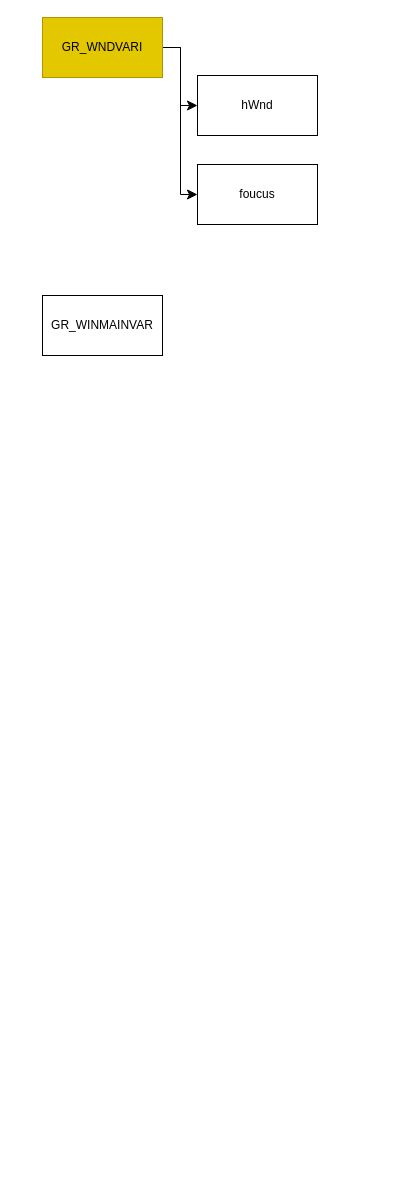
Before: page "main.h" (2 of 17) of GLPA/設計書.drawio in Tanso-mct/GLPA, a draw.io diagram. Source tidied: cells renumbered, new cells numbered last; positions are measured from the earlier drawing's top-left corner, leaving out a move shared by most shapes. Both pictures are drawn from the tidied source at 100%, with x=0, y=0 at pixel (42, 17).
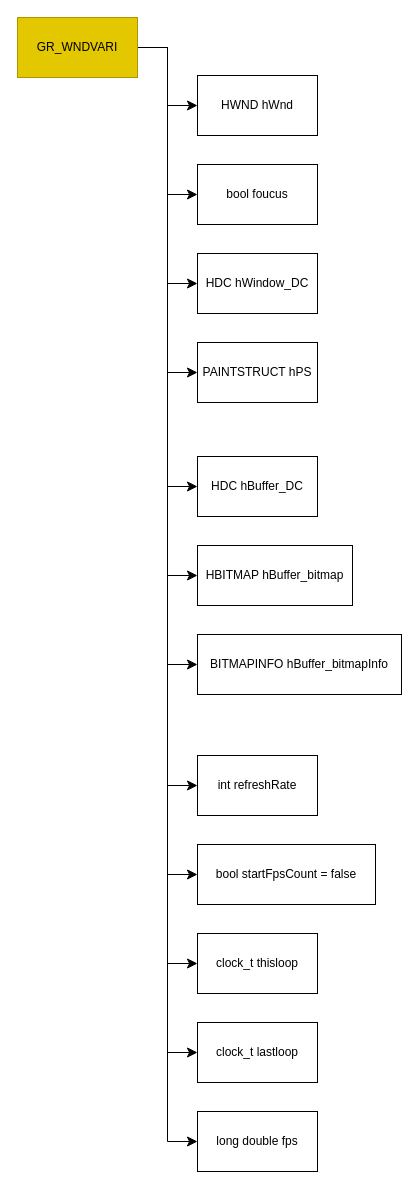
Above is the later version.

Diff of the diagram source:
```diff
@@
+    <mxCell id="8" style="edgeStyle=elbowEdgeStyle;shape=connector;curved=0;rounded=0;elbow=horizontal;html=1;entryX=0;entryY=0.5;entryDx=0;entryDy=0;labelBackgroundColor=default;strokeColor=default;fontFamily=Helvetica;fontSize=12;fontColor=default;endArrow=classic;startSize=8;endSize=8;" parent="1" edge="1" source="4" target="18">
+      <mxGeometry relative="1" as="geometry" />
+    </mxCell>
+    <mxCell id="9" style="edgeStyle=elbowEdgeStyle;shape=connector;curved=0;rounded=0;elbow=horizontal;html=1;labelBackgroundColor=default;strokeColor=default;fontFamily=Helvetica;fontSize=12;fontColor=default;endArrow=classic;startSize=8;endSize=8;" parent="1" edge="1" source="4" target="19">
+      <mxGeometry relative="1" as="geometry" />
+    </mxCell>
+    <mxCell id="10" style="edgeStyle=elbowEdgeStyle;shape=connector;curved=0;rounded=0;elbow=horizontal;html=1;labelBackgroundColor=default;strokeColor=default;fontFamily=Helvetica;fontSize=12;fontColor=default;endArrow=classic;startSize=8;endSize=8;" parent="1" edge="1" source="4" target="20">
+      <mxGeometry relative="1" as="geometry" />
+    </mxCell>
+    <mxCell id="11" style="edgeStyle=elbowEdgeStyle;shape=connector;curved=0;rounded=0;elbow=horizontal;html=1;entryX=0;entryY=0.5;entryDx=0;entryDy=0;labelBackgroundColor=default;strokeColor=default;fontFamily=Helvetica;fontSize=12;fontColor=default;endArrow=classic;startSize=8;endSize=8;" parent="1" edge="1" source="4" target="21">
+      <mxGeometry relative="1" as="geometry" />
+    </mxCell>
+    <mxCell id="12" style="edgeStyle=elbowEdgeStyle;shape=connector;curved=0;rounded=0;elbow=horizontal;html=1;labelBackgroundColor=default;strokeColor=default;fontFamily=Helvetica;fontSize=12;fontColor=default;endArrow=classic;startSize=8;endSize=8;" parent="1" edge="1" source="4" target="22">
+      <mxGeometry relative="1" as="geometry" />
+    </mxCell>
+    <mxCell id="13" style="edgeStyle=elbowEdgeStyle;shape=connector;curved=0;rounded=0;elbow=horizontal;html=1;labelBackgroundColor=default;strokeColor=default;fontFamily=Helvetica;fontSize=12;fontColor=default;endArrow=classic;startSize=8;endSize=8;" parent="1" edge="1" source="4" target="23">
+      <mxGeometry relative="1" as="geometry" />
+    </mxCell>
+    <mxCell id="14" style="edgeStyle=elbowEdgeStyle;shape=connector;curved=0;rounded=0;elbow=horizontal;html=1;entryX=0;entryY=0.5;entryDx=0;entryDy=0;labelBackgroundColor=default;strokeColor=default;fontFamily=Helvetica;fontSize=12;fontColor=default;endArrow=classic;startSize=8;endSize=8;" parent="1" edge="1" source="4" target="24">
+      <mxGeometry relative="1" as="geometry" />
+    </mxCell>
+    <mxCell id="15" style="edgeStyle=elbowEdgeStyle;shape=connector;curved=0;rounded=0;elbow=horizontal;html=1;entryX=0;entryY=0.5;entryDx=0;entryDy=0;labelBackgroundColor=default;strokeColor=default;fontFamily=Helvetica;fontSize=12;fontColor=default;endArrow=classic;startSize=8;endSize=8;" parent="1" edge="1" source="4" target="25">
+      <mxGeometry relative="1" as="geometry" />
+    </mxCell>
+    <mxCell id="16" style="edgeStyle=elbowEdgeStyle;shape=connector;curved=0;rounded=0;elbow=horizontal;html=1;entryX=0;entryY=0.5;entryDx=0;entryDy=0;labelBackgroundColor=default;strokeColor=default;fontFamily=Helvetica;fontSize=12;fontColor=default;endArrow=classic;startSize=8;endSize=8;" parent="1" edge="1" source="4" target="26">
+      <mxGeometry relative="1" as="geometry" />
+    </mxCell>
+    <mxCell id="17" style="edgeStyle=elbowEdgeStyle;shape=connector;curved=0;rounded=0;elbow=horizontal;html=1;labelBackgroundColor=default;strokeColor=default;fontFamily=Helvetica;fontSize=12;fontColor=default;endArrow=classic;startSize=8;endSize=8;" parent="1" edge="1" source="4" target="27">
+      <mxGeometry relative="1" as="geometry" />
+    </mxCell>
     <mxCell id="4" value="GR_WNDVARI" style="whiteSpace=wrap;html=1;fillColor=#e3c800;fontColor=#000000;strokeColor=#B09500;" parent="1" vertex="1">
-      <mxGeometry width="120" height="60" as="geometry" />
+      <mxGeometry x="-25" width="120" height="60" as="geometry" />
     </mxCell>
-    <mxCell id="5" value="hWnd" style="whiteSpace=wrap;html=1;" parent="1" vertex="1">
+    <mxCell id="5" value="HWND hWnd" style="whiteSpace=wrap;html=1;" parent="1" vertex="1">
       <mxGeometry x="155" y="58" width="120" height="60" as="geometry" />
     </mxCell>
-    <mxCell id="6" value="foucus" style="whiteSpace=wrap;html=1;labelBackgroundColor=default;strokeColor=default;strokeWidth=1;fontFamily=Helvetica;fontSize=12;fontColor=default;fillColor=none;" parent="1" vertex="1">
+    <mxCell id="6" value="bool foucus" style="whiteSpace=wrap;html=1;labelBackgroundColor=default;strokeColor=default;strokeWidth=1;fontFamily=Helvetica;fontSize=12;fontColor=default;fillColor=none;" parent="1" vertex="1">
       <mxGeometry x="155" y="147" width="120" height="60" as="geometry" />
     </mxCell>
-    <mxCell id="7" value="GR_WINMAINVAR" style="whiteSpace=wrap;html=1;labelBackgroundColor=default;strokeColor=default;strokeWidth=1;fontFamily=Helvetica;fontSize=12;fontColor=default;fillColor=none;" parent="1" vertex="1">
-      <mxGeometry y="278" width="120" height="60" as="geometry" />
-    </mxCell>
+    <mxCell id="18" value="HDC hWindow_DC" style="whiteSpace=wrap;html=1;" parent="1" vertex="1">
+      <mxGeometry x="155" y="236" width="120" height="60" as="geometry" />
+    </mxCell>
+    <mxCell id="19" value="PAINTSTRUCT hPS" style="whiteSpace=wrap;html=1;" parent="1" vertex="1">
+      <mxGeometry x="155" y="325" width="120" height="60" as="geometry" />
+    </mxCell>
+    <mxCell id="20" value="HDC hBuffer_DC" style="whiteSpace=wrap;html=1;fontFamily=Helvetica;fontSize=12;fontColor=default;" parent="1" vertex="1">
+      <mxGeometry x="155" y="439" width="120" height="60" as="geometry" />
+    </mxCell>
+    <mxCell id="21" value="HBITMAP hBuffer_bitmap" style="whiteSpace=wrap;html=1;fontFamily=Helvetica;fontSize=12;fontColor=default;" parent="1" vertex="1">
+      <mxGeometry x="155" y="528" width="155" height="60" as="geometry" />
+    </mxCell>
+    <mxCell id="22" value="BITMAPINFO hBuffer_bitmapInfo" style="whiteSpace=wrap;html=1;fontFamily=Helvetica;fontSize=12;fontColor=default;" parent="1" vertex="1">
+      <mxGeometry x="155" y="617" width="204" height="60" as="geometry" />
+    </mxCell>
+    <mxCell id="23" value="int refreshRate" style="whiteSpace=wrap;html=1;fontFamily=Helvetica;fontSize=12;fontColor=default;" parent="1" vertex="1">
+      <mxGeometry x="155" y="738" width="120" height="60" as="geometry" />
+    </mxCell>
+    <mxCell id="24" value="bool startFpsCount = false" style="whiteSpace=wrap;html=1;fontFamily=Helvetica;fontSize=12;fontColor=default;" parent="1" vertex="1">
+      <mxGeometry x="155" y="827" width="178" height="60" as="geometry" />
+    </mxCell>
+    <mxCell id="25" value="clock_t thisloop" style="whiteSpace=wrap;html=1;fontFamily=Helvetica;fontSize=12;fontColor=default;" parent="1" vertex="1">
+      <mxGeometry x="155" y="916" width="120" height="60" as="geometry" />
+    </mxCell>
+    <mxCell id="26" value="clock_t lastloop" style="whiteSpace=wrap;html=1;fontFamily=Helvetica;fontSize=12;fontColor=default;" parent="1" vertex="1">
+      <mxGeometry x="155" y="1005" width="120" height="60" as="geometry" />
+    </mxCell>
+    <mxCell id="27" value="long double fps" style="whiteSpace=wrap;html=1;fontFamily=Helvetica;fontSize=12;fontColor=default;" parent="1" vertex="1">
+      <mxGeometry x="155" y="1094" width="120" height="60" as="geometry" />
+    </mxCell>
```
